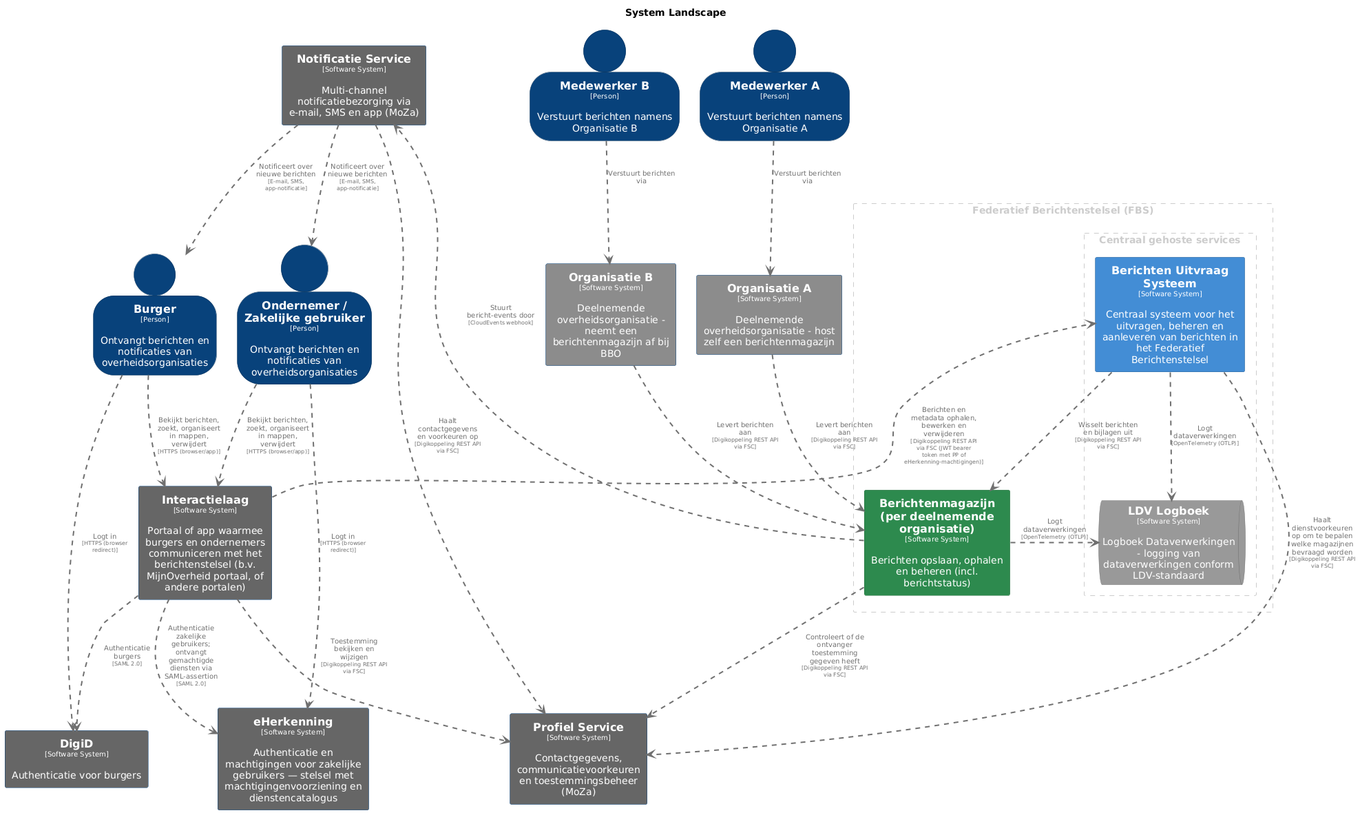
Earlier version of the PlantUML export pr-preview/pr-22/master/png/SystemLandscape.png (MinBZK/moza-poc-fbs-berichtenbox).
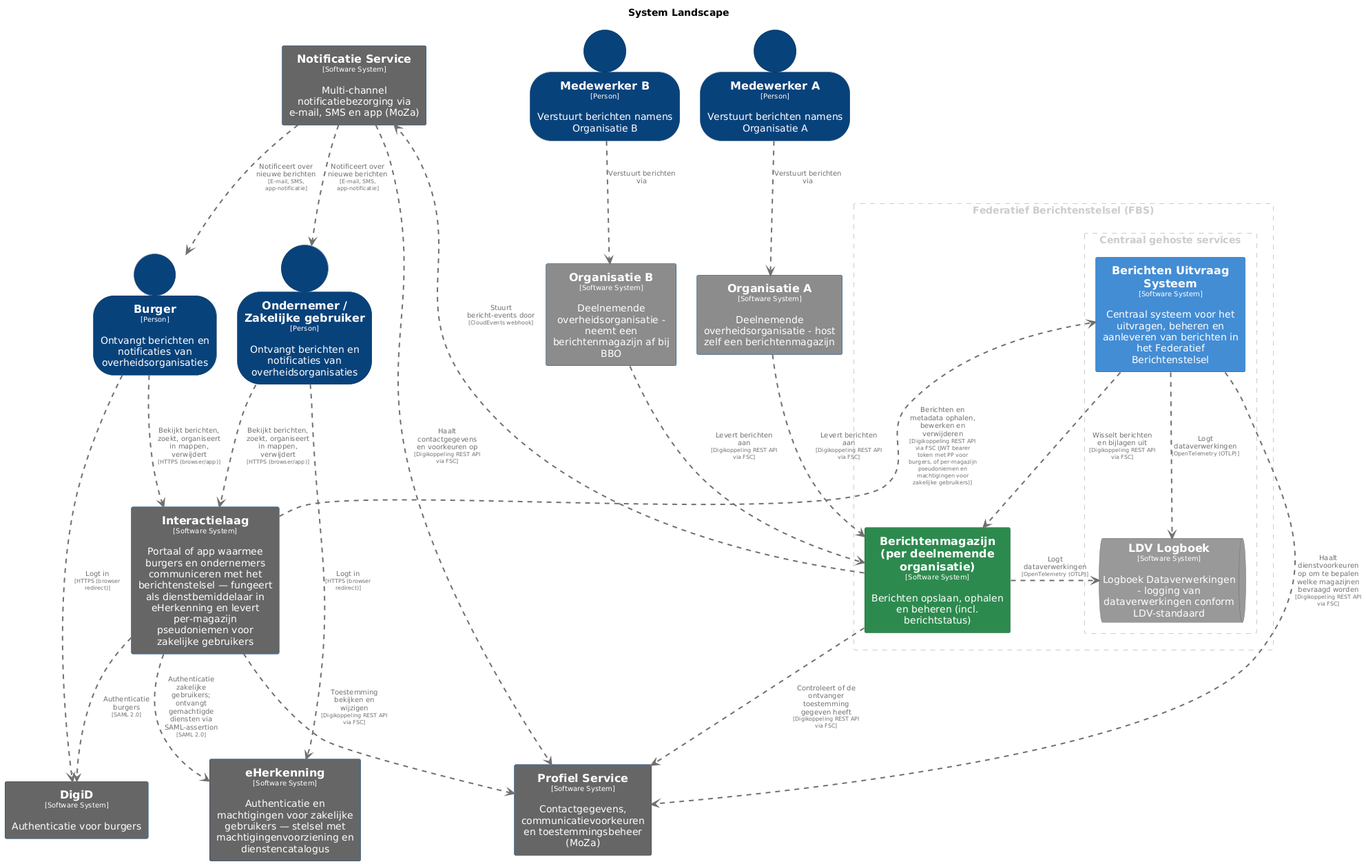
The same file after the commit.

What changed in the source:
```diff
@@ -125,7 +125,7 @@
 person "==Medewerker B\n<size:10>[Person]</size>\n\nVerstuurt berichten namens Organisatie B" <<MedewerkerB>> as MedewerkerB
 rectangle "==Profiel Service\n<size:10>[Software System]</size>\n\nContactgegevens, communicatievoorkeuren en toestemmingsbeheer (MoZa)" <<ProfielService>> as ProfielService
 rectangle "==Notificatie Service\n<size:10>[Software System]</size>\n\nMulti-channel notificatiebezorging via e-mail, SMS en app (MoZa)" <<NotificatieService>> as NotificatieService
-rectangle "==Interactielaag\n<size:10>[Software System]</size>\n\nPortaal of app waarmee burgers en ondernemers communiceren met het berichtenstelsel (b.v. MijnOverheid portaal, of andere portalen)" <<Interactielaag>> as Interactielaag
+rectangle "==Interactielaag\n<size:10>[Software System]</size>\n\nPortaal of app waarmee burgers en ondernemers communiceren met het berichtenstelsel — fungeert als dienstbemiddelaar in eHerkenning en levert per-magazijn pseudoniemen voor zakelijke gebruikers" <<Interactielaag>> as Interactielaag
 rectangle "==eHerkenning\n<size:10>[Software System]</size>\n\nAuthenticatie en machtigingen voor zakelijke gebruikers — stelsel met machtigingenvoorziening en dienstencatalogus" <<eHerkenning>> as eHerkenning
 rectangle "==DigiD\n<size:10>[Software System]</size>\n\nAuthenticatie voor burgers" <<DigiD>> as DigiD
 
@@ -143,7 +143,7 @@
 OndernemerZakelijkegebruiker .[#707070,thickness=2].> eHerkenning : "<color:#707070>Logt in\n<color:#707070><size:8>[HTTPS (browser redirect)]</size>"
 NotificatieService .[#707070,thickness=2].> Burger : "<color:#707070>Notificeert over nieuwe berichten\n<color:#707070><size:8>[E-mail, SMS, app-notificatie]</size>"
 NotificatieService .[#707070,thickness=2].> OndernemerZakelijkegebruiker : "<color:#707070>Notificeert over nieuwe berichten\n<color:#707070><size:8>[E-mail, SMS, app-notificatie]</size>"
-Interactielaag .[#707070,thickness=2].> BerichtenUitvraagSysteem : "<color:#707070>Berichten en metadata ophalen, bewerken en verwijderen\n<color:#707070><size:8>[Digikoppeling REST API via FSC (JWT bearer token met PP of eHerkenning-machtigingen)]</size>"
+Interactielaag .[#707070,thickness=2].> BerichtenUitvraagSysteem : "<color:#707070>Berichten en metadata ophalen, bewerken en verwijderen\n<color:#707070><size:8>[Digikoppeling REST API via FSC (JWT bearer token met PP voor burgers, of per-magazijn pseudoniemen en machtigingen voor zakelijke gebruikers)]</size>"
 Interactielaag .[#707070,thickness=2].> ProfielService : "<color:#707070>Toestemming bekijken en wijzigen\n<color:#707070><size:8>[Digikoppeling REST API via FSC]</size>"
 Interactielaag .[#707070,thickness=2].> DigiD : "<color:#707070>Authenticatie burgers\n<color:#707070><size:8>[SAML 2.0]</size>"
 Interactielaag .[#707070,thickness=2].> eHerkenning : "<color:#707070>Authenticatie zakelijke gebruikers; ontvangt gemachtigde diensten via SAML-assertion\n<color:#707070><size:8>[SAML 2.0]</size>"
```
